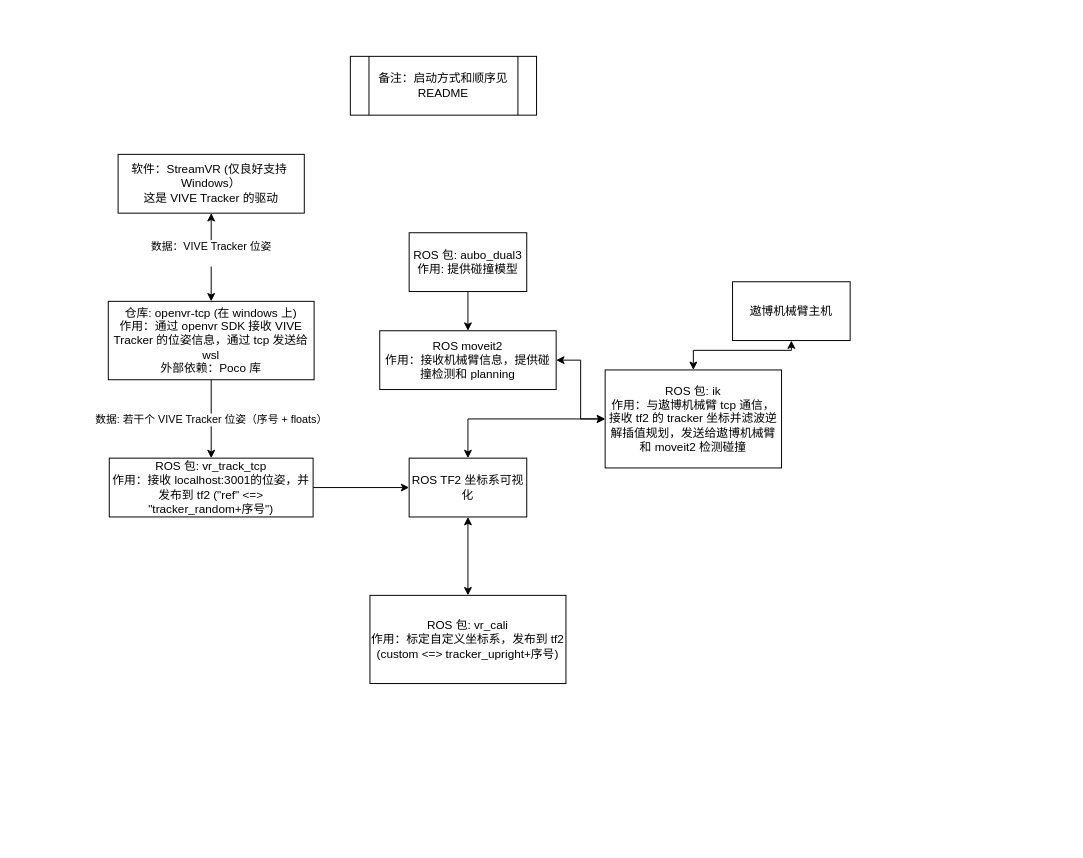
Before: teleop.drawio in julyfun/moveit2_aubo, a draw.io diagram. Source tidied: cells renumbered, new cells numbered last; positions are measured from the earlier drawing's top-left corner, leaving out a move shared by most shapes. Both pictures are drawn from the tidied source at 98%, with x=0, y=0 at pixel (108, 56).
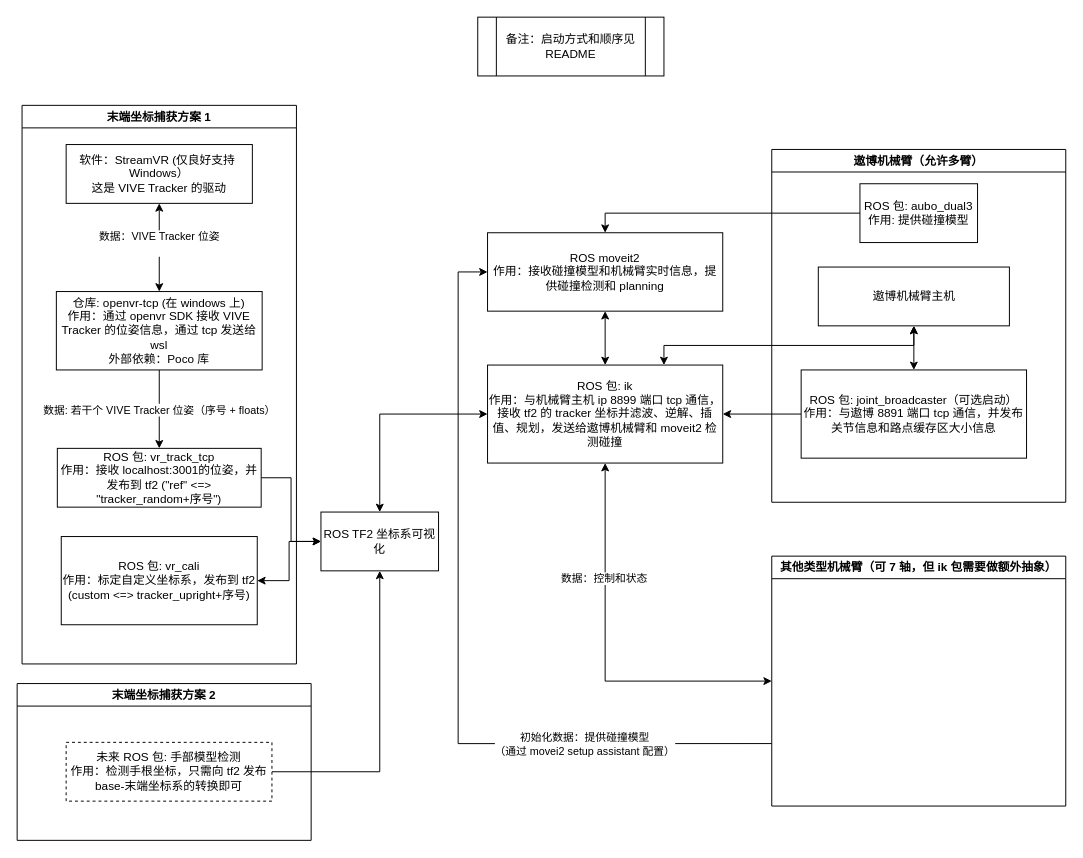
After the change.

The edit, as a diff of the source:
```diff
@@
     <mxCell id="4" value="仓库: openvr-tcp (在 windows 上)&lt;br&gt;作用：通过 openvr SDK 接收 VIVE Tracker 的位姿信息，通过 tcp 发送给 wsl&lt;div&gt;外部依赖：Poco 库&lt;/div&gt;" style="rounded=0;whiteSpace=wrap;html=1;" parent="1" vertex="1">
-      <mxGeometry y="250" width="210" height="80" as="geometry" />
+      <mxGeometry x="-53" y="240" width="210" height="80" as="geometry" />
     </mxCell>
@@
     <mxCell id="7" value="软件：StreamVR (仅良好支持&amp;nbsp; Windows）&lt;div&gt;这是 VIVE Tracker 的驱动&lt;/div&gt;" style="rounded=0;whiteSpace=wrap;html=1;" parent="1" vertex="1">
-      <mxGeometry x="10" y="100" width="190" height="60" as="geometry" />
+      <mxGeometry x="-43" y="90" width="190" height="60" as="geometry" />
     </mxCell>
     <mxCell id="8" value="备注：启动方式和顺序见 README" style="shape=process;whiteSpace=wrap;html=1;backgroundOutline=1;" parent="1" vertex="1">
-      <mxGeometry x="247" width="190" height="60" as="geometry" />
+      <mxGeometry x="377" y="-40" width="190" height="60" as="geometry" />
     </mxCell>
@@
     <mxCell id="10" value="ROS 包: vr_track_tcp&lt;div&gt;作用：接收 l&lt;span style=&quot;background-color: initial;&quot;&gt;ocalhost:3001的位姿，并&lt;/span&gt;&lt;/div&gt;&lt;div&gt;发布到 tf2 (&quot;ref&quot; &amp;lt;=&amp;gt; &quot;tracker_random+序号&quot;)&lt;/div&gt;" style="rounded=0;whiteSpace=wrap;html=1;" parent="1" vertex="1">
-      <mxGeometry x="1" y="410" width="208" height="60" as="geometry" />
+      <mxGeometry x="-52" y="400" width="208" height="60" as="geometry" />
     </mxCell>
@@
     <mxCell id="12" value="ROS TF2 坐标系可视化" style="rounded=0;whiteSpace=wrap;html=1;" parent="1" vertex="1">
-      <mxGeometry x="307" y="410" width="120" height="60" as="geometry" />
+      <mxGeometry x="217" y="465" width="120" height="60" as="geometry" />
     </mxCell>
-    <mxCell id="13" style="edgeStyle=orthogonalEdgeStyle;rounded=0;jettySize=auto;html=1;entryX=0.5;entryY=1;entryDx=0;entryDy=0;startArrow=classic;startFill=1;" parent="1" edge="1" source="14" target="12">
+    <mxCell id="13" style="edgeStyle=orthogonalEdgeStyle;rounded=0;jettySize=auto;html=1;entryX=0;entryY=0.5;entryDx=0;entryDy=0;startArrow=classic;startFill=1;" parent="1" edge="1" source="14" target="12">
       <mxGeometry relative="1" as="geometry" />
     </mxCell>
     <mxCell id="14" value="ROS 包: vr_cali&lt;div&gt;作用：标定自定义坐标系，发布到 tf2 (custom &amp;lt;=&amp;gt; tracker_upright+序号)&lt;/div&gt;" style="rounded=0;whiteSpace=wrap;html=1;" parent="1" vertex="1">
-      <mxGeometry x="267" y="550" width="200" height="90" as="geometry" />
+      <mxGeometry x="-48" y="490" width="200" height="90" as="geometry" />
     </mxCell>
-    <mxCell id="15" style="edgeStyle=orthogonalEdgeStyle;rounded=0;jettySize=auto;html=1;exitX=0.5;exitY=0;exitDx=0;exitDy=0;entryX=0.5;entryY=1;entryDx=0;entryDy=0;startArrow=classic;startFill=1;" parent="1" edge="1" source="16" target="21">
+    <mxCell id="15" style="edgeStyle=orthogonalEdgeStyle;rounded=0;jettySize=auto;html=1;exitX=0.75;exitY=0;exitDx=0;exitDy=0;entryX=0.5;entryY=1;entryDx=0;entryDy=0;startArrow=classic;startFill=1;" parent="1" edge="1" source="16" target="21">
       <mxGeometry relative="1" as="geometry" />
     </mxCell>
-    <mxCell id="16" value="ROS 包: ik&lt;div&gt;作用：与遨博机械臂 tcp 通信，接收 tf2 的 tracker 坐标并滤波逆解插值规划，发送给遨博机械臂和 moveit2 检测碰撞&lt;/div&gt;" style="rounded=0;whiteSpace=wrap;html=1;" parent="1" vertex="1">
-      <mxGeometry x="507" y="320" width="180" height="100" as="geometry" />
+    <mxCell id="16" value="ROS 包: ik&lt;div&gt;作用：与机械臂主机 ip 8899 端口 tcp 通信，接收 tf2 的 tracker 坐标并滤波、逆解、插值、规划，发送给遨博机械臂和 moveit2 检测碰撞&lt;/div&gt;" style="rounded=0;whiteSpace=wrap;html=1;" parent="1" vertex="1">
+      <mxGeometry x="387" y="315" width="240" height="100" as="geometry" />
     </mxCell>
@@
+    <mxCell id="19" style="edgeStyle=orthogonalEdgeStyle;rounded=0;jettySize=auto;html=1;entryX=0.5;entryY=0;entryDx=0;entryDy=0;startArrow=classic;startFill=1;" parent="1" edge="1" source="20" target="16">
+      <mxGeometry relative="1" as="geometry" />
+    </mxCell>
+    <mxCell id="22" style="edgeStyle=orthogonalEdgeStyle;rounded=0;jettySize=auto;html=1;entryX=0;entryY=0.75;entryDx=0;entryDy=0;exitX=0;exitY=0.5;exitDx=0;exitDy=0;startArrow=classic;startFill=1;endArrow=none;endFill=0;" parent="1" edge="1" source="20" target="34">
+      <mxGeometry relative="1" as="geometry">
+        <Array as="points">
+          <mxPoint x="357" y="220" />
+          <mxPoint x="357" y="701" />
+        </Array>
+      </mxGeometry>
+    </mxCell>
+    <mxCell id="23" value="初始化数据：提供碰撞模型&lt;div&gt;（通过 movei2 setup assistant 配置）&lt;/div&gt;" style="edgeLabel;html=1;align=center;verticalAlign=middle;" parent="22" vertex="1">
+      <mxGeometry x="0.54" relative="1" as="geometry" />
+    </mxCell>
+    <mxCell id="20" value="ROS moveit2&lt;div&gt;作用：接收碰撞模型和机械臂实时信息，提供碰撞检测和 planning&lt;/div&gt;" style="rounded=0;whiteSpace=wrap;html=1;" parent="1" vertex="1">
+      <mxGeometry x="387" y="180" width="240" height="80" as="geometry" />
+    </mxCell>
+    <mxCell id="24" style="edgeStyle=orthogonalEdgeStyle;rounded=0;jettySize=auto;html=1;" parent="1" edge="1" source="25" target="12">
+      <mxGeometry relative="1" as="geometry" />
+    </mxCell>
+    <mxCell id="25" value="未来 ROS 包: 手部模型检测&lt;div&gt;作用：检测手根&lt;span style=&quot;background-color: initial;&quot;&gt;坐标，只需向 tf2 发布 base-末端坐标系的转换即可&lt;/span&gt;&lt;/div&gt;" style="rounded=0;whiteSpace=wrap;html=1;dashed=1;" parent="1" vertex="1">
+      <mxGeometry x="-43" y="700" width="210" height="60" as="geometry" />
+    </mxCell>
+    <mxCell id="26" value="末端坐标捕获方案 1" style="swimlane;whiteSpace=wrap;html=1;" parent="1" vertex="1">
+      <mxGeometry x="-88" y="50" width="280" height="570" as="geometry" />
+    </mxCell>
+    <mxCell id="27" value="末端坐标捕获方案 2" style="swimlane;whiteSpace=wrap;html=1;" parent="1" vertex="1">
+      <mxGeometry x="-93" y="640" width="300" height="160" as="geometry" />
+    </mxCell>
+    <mxCell id="28" style="edgeStyle=orthogonalEdgeStyle;rounded=0;jettySize=auto;html=1;entryX=0.5;entryY=1;entryDx=0;entryDy=0;startArrow=classic;startFill=1;" parent="1" edge="1" source="30" target="21">
+      <mxGeometry relative="1" as="geometry" />
+    </mxCell>
+    <mxCell id="29" style="edgeStyle=orthogonalEdgeStyle;rounded=0;jettySize=auto;html=1;entryX=1;entryY=0.5;entryDx=0;entryDy=0;" parent="1" edge="1" source="30" target="16">
+      <mxGeometry relative="1" as="geometry" />
+    </mxCell>
+    <mxCell id="30" value="ROS 包: joint_broadcaster（可选启动）&lt;div&gt;作用：与遨博 8891 端口 tcp 通信，并发布关节信息和路点缓存区大小信息&lt;/div&gt;" style="rounded=0;whiteSpace=wrap;html=1;" parent="1" vertex="1">
+      <mxGeometry x="707" y="320" width="230" height="90" as="geometry" />
+    </mxCell>
+    <mxCell id="31" value="遨博机械臂（允许多臂）" style="swimlane;whiteSpace=wrap;html=1;" parent="1" vertex="1">
+      <mxGeometry x="677" y="95" width="300" height="360" as="geometry" />
+    </mxCell>
+    <mxCell id="21" value="遨博机械臂主机" style="rounded=0;whiteSpace=wrap;html=1;" parent="31" vertex="1">
+      <mxGeometry x="47.5" y="120" width="195" height="60" as="geometry" />
+    </mxCell>
-    <mxCell id="18" value="ROS 包: aubo_dual3&lt;div&gt;作用: 提供碰撞模型&lt;/div&gt;" style="rounded=0;whiteSpace=wrap;html=1;" parent="1" vertex="1">
-      <mxGeometry x="307" y="180" width="120" height="60" as="geometry" />
+    <mxCell id="18" value="ROS 包: aubo_dual3&lt;div&gt;作用: 提供碰撞模型&lt;/div&gt;" style="rounded=0;whiteSpace=wrap;html=1;" parent="31" vertex="1">
+      <mxGeometry x="90" y="35" width="120" height="60" as="geometry" />
     </mxCell>
-    <mxCell id="19" style="edgeStyle=orthogonalEdgeStyle;rounded=0;jettySize=auto;html=1;entryX=0;entryY=0.5;entryDx=0;entryDy=0;startArrow=classic;startFill=1;" parent="1" edge="1" source="20" target="16">
-      <mxGeometry relative="1" as="geometry" />
-    </mxCell>
-    <mxCell id="20" value="ROS moveit2&lt;div&gt;作用：接收机械臂信息，提供碰撞检测和 planning&lt;/div&gt;" style="rounded=0;whiteSpace=wrap;html=1;" parent="1" vertex="1">
-      <mxGeometry x="277" y="280" width="180" height="60" as="geometry" />
-    </mxCell>
-    <mxCell id="21" value="遨博机械臂主机" style="rounded=0;whiteSpace=wrap;html=1;" parent="1" vertex="1">
-      <mxGeometry x="637" y="230" width="120" height="60" as="geometry" />
-    </mxCell>
+    <mxCell id="32" style="edgeStyle=orthogonalEdgeStyle;rounded=0;jettySize=auto;html=1;entryX=0.5;entryY=1;entryDx=0;entryDy=0;startArrow=classic;startFill=1;" parent="1" edge="1" source="34" target="16">
+      <mxGeometry relative="1" as="geometry" />
+    </mxCell>
+    <mxCell id="33" value="数据：控制和状态" style="edgeLabel;html=1;align=center;verticalAlign=middle;" parent="32" vertex="1">
+      <mxGeometry x="0.4" y="2" relative="1" as="geometry" />
+    </mxCell>
+    <mxCell id="34" value="其他类型机械臂（可 7 轴，但 ik 包需要做额外抽象）" style="swimlane;whiteSpace=wrap;html=1;" parent="1" vertex="1">
+      <mxGeometry x="677" y="510" width="300" height="255" as="geometry" />
+    </mxCell>
```
